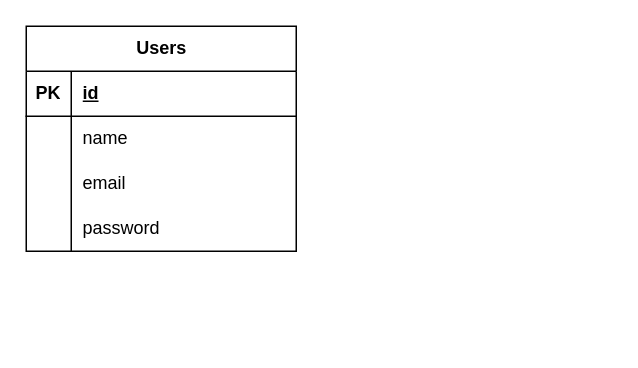
Before: sitedb.drawio in GadoGadoEnjoyer/GadoGadoEnjoyer, a draw.io diagram. Source tidied: cells renumbered, new cells numbered last; positions are measured from the earlier drawing's top-left corner, leaving out a move shared by most shapes. Both pictures are drawn from the tidied source at 150%, with x=0, y=0 at pixel (26, 26).
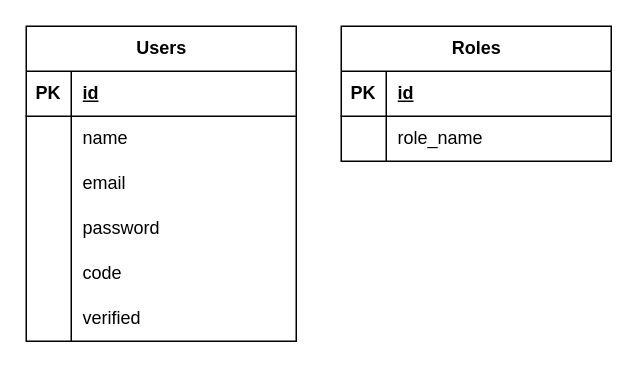
After the change.

Commit message:
help (what paranoid saving does to a person)

The edit, as a diff of the source:
```diff
@@
     <mxCell id="2" value="Users" style="shape=table;startSize=30;childLayout=tableLayout;rowLines=0;fontStyle=1;align=center;html=1;" parent="1" vertex="1">
-      <mxGeometry width="180" height="150" as="geometry" />
+      <mxGeometry width="180" height="210" as="geometry" />
     </mxCell>
@@
+    <mxCell id="15" style="shape=tableRow;horizontal=0;startSize=0;swimlaneHead=0;swimlaneBody=0;fillColor=none;top=0;left=0;right=0;bottom=0;" parent="2" vertex="1">
+      <mxGeometry y="150" width="180" height="30" as="geometry" />
+    </mxCell>
+    <mxCell id="16" style="shape=partialRectangle;fillColor=none;top=0;left=0;bottom=0;right=0;overflow=hidden;whiteSpace=wrap;html=1;" parent="15" vertex="1">
+      <mxGeometry width="30" height="30" as="geometry" />
+    </mxCell>
+    <mxCell id="17" value="code" style="shape=partialRectangle;fillColor=none;top=0;left=0;bottom=0;right=0;align=left;spacingLeft=6;overflow=hidden;whiteSpace=wrap;html=1;" parent="15" vertex="1">
+      <mxGeometry x="30" width="150" height="30" as="geometry" />
+    </mxCell>
+    <mxCell id="18" style="shape=tableRow;horizontal=0;startSize=0;swimlaneHead=0;swimlaneBody=0;fillColor=none;top=0;left=0;right=0;bottom=0;" parent="2" vertex="1">
+      <mxGeometry y="180" width="180" height="30" as="geometry" />
+    </mxCell>
+    <mxCell id="19" style="shape=partialRectangle;fillColor=none;top=0;left=0;bottom=0;right=0;overflow=hidden;whiteSpace=wrap;html=1;" parent="18" vertex="1">
+      <mxGeometry width="30" height="30" as="geometry" />
+    </mxCell>
+    <mxCell id="20" value="verified" style="shape=partialRectangle;fillColor=none;top=0;left=0;bottom=0;right=0;align=left;spacingLeft=6;overflow=hidden;whiteSpace=wrap;html=1;" parent="18" vertex="1">
+      <mxGeometry x="30" width="150" height="30" as="geometry" />
+    </mxCell>
+    <mxCell id="21" value="Roles" style="shape=table;startSize=30;childLayout=tableLayout;rowLines=0;fontStyle=1;align=center;html=1;" parent="1" vertex="1">
+      <mxGeometry x="210" width="180" height="90" as="geometry" />
+    </mxCell>
+    <mxCell id="22" style="shape=tableRow;horizontal=0;startSize=0;swimlaneHead=0;swimlaneBody=0;fillColor=none;top=0;left=0;right=0;bottom=1;" parent="21" vertex="1">
+      <mxGeometry y="30" width="180" height="30" as="geometry" />
+    </mxCell>
+    <mxCell id="23" value="PK" style="shape=partialRectangle;fillColor=none;top=0;left=0;bottom=0;right=0;fontStyle=1;overflow=hidden;whiteSpace=wrap;html=1;" parent="22" vertex="1">
+      <mxGeometry width="30" height="30" as="geometry" />
+    </mxCell>
+    <mxCell id="24" value="id" style="shape=partialRectangle;fillColor=none;top=0;left=0;bottom=0;right=0;align=left;spacingLeft=6;fontStyle=5;overflow=hidden;whiteSpace=wrap;html=1;" parent="22" vertex="1">
+      <mxGeometry x="30" width="150" height="30" as="geometry" />
+    </mxCell>
+    <mxCell id="25" style="shape=tableRow;horizontal=0;startSize=0;swimlaneHead=0;swimlaneBody=0;fillColor=none;top=0;left=0;right=0;bottom=0;" parent="21" vertex="1">
+      <mxGeometry y="60" width="180" height="30" as="geometry" />
+    </mxCell>
+    <mxCell id="26" style="shape=partialRectangle;fillColor=none;top=0;left=0;bottom=0;right=0;overflow=hidden;whiteSpace=wrap;html=1;" parent="25" vertex="1">
+      <mxGeometry width="30" height="30" as="geometry" />
+    </mxCell>
+    <mxCell id="27" value="role_name" style="shape=partialRectangle;fillColor=none;top=0;left=0;bottom=0;right=0;align=left;spacingLeft=6;overflow=hidden;whiteSpace=wrap;html=1;" parent="25" vertex="1">
+      <mxGeometry x="30" width="150" height="30" as="geometry" />
+    </mxCell>
```
